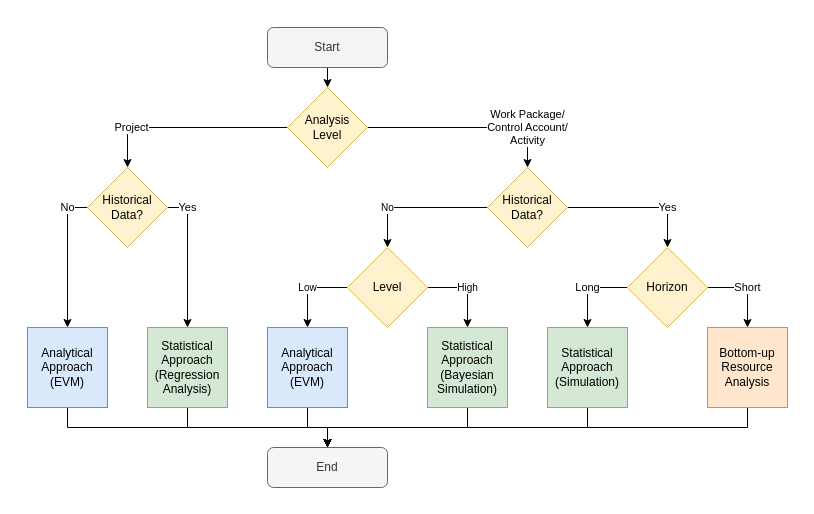
PM-League/PM-League.github.io keeps this draw.io diagram as book/images/FigEAC-1.drawio. Above is the earlier version. Source tidied: cells renumbered, new cells numbered last; positions are measured from the earlier drawing's top-left corner, leaving out a move shared by most shapes. Both pictures are drawn from the tidied source at 100%, with x=0, y=0 at pixel (17, 17).
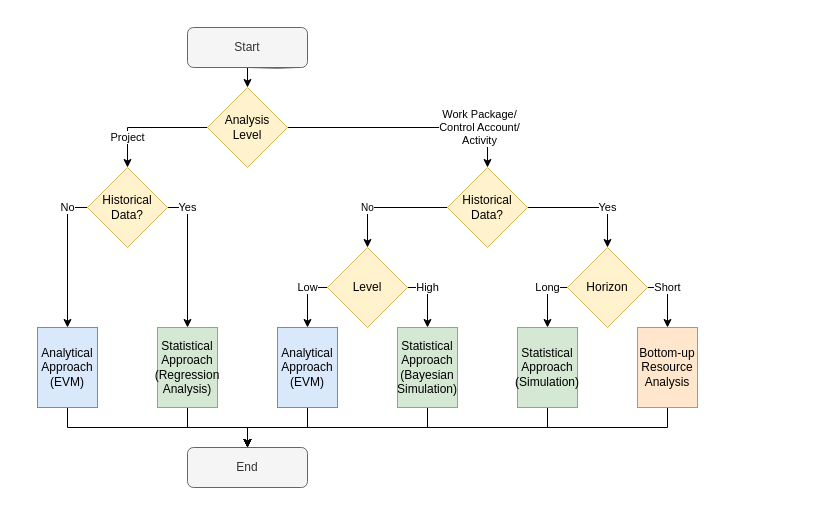
The same page after the edit.

The change refers to these unchanged cells:
```xml
<mxCell id="22" value="Historical Data?" style="rhombus;whiteSpace=wrap;html=1;fillColor=#fff2cc;strokeColor=#d6b656;fontStyle=0;" parent="1" vertex="1">
  <mxGeometry x="70" y="150" width="80" height="80" as="geometry" />
</mxCell>
```

What changed in the source:
```diff
@@
     <mxCell id="2" style="rounded=0;whiteSpace=wrap;html=1;fontSize=10;strokeColor=none;" parent="1" vertex="1">
-      <mxGeometry width="780" height="480" as="geometry" />
+      <mxGeometry x="10" width="680" height="480" as="geometry" />
     </mxCell>
-    <mxCell id="3" style="edgeStyle=orthogonalEdgeStyle;rounded=0;jettySize=auto;html=1;exitX=0.5;exitY=1;exitDx=0;exitDy=0;entryX=0.5;entryY=0;entryDx=0;entryDy=0;" parent="1" edge="1" source="4" target="7">
-      <mxGeometry relative="1" as="geometry" />
+    <mxCell id="3" style="edgeStyle=orthogonalEdgeStyle;rounded=0;jettySize=auto;html=1;exitX=0.5;exitY=1;exitDx=0;exitDy=0;entryX=0.5;entryY=0;entryDx=0;entryDy=0;" parent="1" edge="1" target="7">
+      <mxGeometry relative="1" as="geometry">
+        <mxPoint x="280" y="50" as="sourcePoint" />
+      </mxGeometry>
     </mxCell>
     <mxCell id="4" value="Start" style="rounded=1;whiteSpace=wrap;html=1;fillColor=#f5f5f5;fontColor=#333333;strokeColor=#666666;" parent="1" vertex="1">
-      <mxGeometry x="250" y="10" width="120" height="40" as="geometry" />
+      <mxGeometry x="170" y="10" width="120" height="40" as="geometry" />
     </mxCell>
@@
     <mxCell id="6" value="Project" style="edgeStyle=orthogonalEdgeStyle;rounded=0;jettySize=auto;html=1;exitX=0;exitY=0.5;exitDx=0;exitDy=0;entryX=0.5;entryY=0;entryDx=0;entryDy=0;" parent="1" edge="1" source="7" target="22">
-      <mxGeometry x="0.56" relative="1" as="geometry">
+      <mxGeometry x="0.5" relative="1" as="geometry">
         <Array as="points">
           <mxPoint x="110" y="110" />
         </Array>
       </mxGeometry>
     </mxCell>
     <mxCell id="7" value="Analysis &lt;br&gt;Level" style="rhombus;whiteSpace=wrap;html=1;fillColor=#fff2cc;strokeColor=#d6b656;" parent="1" vertex="1">
-      <mxGeometry x="270" y="70" width="80" height="80" as="geometry" />
+      <mxGeometry x="190" y="70" width="80" height="80" as="geometry" />
     </mxCell>
     <mxCell id="8" value="Yes" style="edgeStyle=orthogonalEdgeStyle;rounded=0;jettySize=auto;html=1;exitX=1;exitY=0.5;exitDx=0;exitDy=0;entryX=0.5;entryY=0;entryDx=0;entryDy=0;" parent="1" edge="1" source="10" target="15">
-      <mxGeometry x="0.43" relative="1" as="geometry" />
+      <mxGeometry x="0.33" relative="1" as="geometry" />
     </mxCell>
     <mxCell id="9" value="No" style="edgeStyle=orthogonalEdgeStyle;rounded=0;jettySize=auto;html=1;exitX=0;exitY=0.5;exitDx=0;exitDy=0;entryX=0.5;entryY=0;entryDx=0;entryDy=0;fontSize=10;" parent="1" edge="1" source="10" target="32">
-      <mxGeometry x="0.43" relative="1" as="geometry" />
+      <mxGeometry x="0.33" relative="1" as="geometry" />
     </mxCell>
     <mxCell id="10" value="Historical Data?" style="rhombus;whiteSpace=wrap;html=1;fillColor=#fff2cc;strokeColor=#d6b656;" parent="1" vertex="1">
-      <mxGeometry x="470" y="150" width="80" height="80" as="geometry" />
+      <mxGeometry x="430" y="150" width="80" height="80" as="geometry" />
     </mxCell>
-    <mxCell id="11" style="edgeStyle=orthogonalEdgeStyle;rounded=0;jettySize=auto;html=1;exitX=0.5;exitY=1;exitDx=0;exitDy=0;entryX=0.5;entryY=0;entryDx=0;entryDy=0;fontSize=10;" parent="1" edge="1" source="12" target="27">
+    <mxCell id="11" style="edgeStyle=orthogonalEdgeStyle;rounded=0;jettySize=auto;html=1;exitX=0.5;exitY=1;exitDx=0;exitDy=0;entryX=0.5;entryY=0;entryDx=0;entryDy=0;fontSize=11;" parent="1" edge="1" source="12" target="27">
       <mxGeometry relative="1" as="geometry" />
     </mxCell>
     <mxCell id="12" value="Statistical Approach (Simulation)" style="rounded=0;whiteSpace=wrap;html=1;fillColor=#d5e8d4;strokeColor=#82b366;" parent="1" vertex="1">
-      <mxGeometry x="530" y="310" width="80" height="80" as="geometry" />
+      <mxGeometry x="500" y="310" width="60" height="80" as="geometry" />
     </mxCell>
     <mxCell id="13" value="Long" style="edgeStyle=orthogonalEdgeStyle;rounded=0;jettySize=auto;html=1;exitX=0;exitY=0.5;exitDx=0;exitDy=0;entryX=0.5;entryY=0;entryDx=0;entryDy=0;" parent="1" edge="1" source="15" target="12">
-      <mxGeometry relative="1" as="geometry" />
+      <mxGeometry x="-0.33" relative="1" as="geometry" />
     </mxCell>
     <mxCell id="14" value="Short" style="edgeStyle=orthogonalEdgeStyle;rounded=0;jettySize=auto;html=1;exitX=1;exitY=0.5;exitDx=0;exitDy=0;entryX=0.5;entryY=0;entryDx=0;entryDy=0;" parent="1" edge="1" source="15" target="17">
-      <mxGeometry relative="1" as="geometry" />
+      <mxGeometry x="-0.33" relative="1" as="geometry" />
     </mxCell>
     <mxCell id="15" value="Horizon" style="rhombus;whiteSpace=wrap;html=1;fillColor=#fff2cc;strokeColor=#d6b656;" parent="1" vertex="1">
-      <mxGeometry x="610" y="230" width="80" height="80" as="geometry" />
+      <mxGeometry x="550" y="230" width="80" height="80" as="geometry" />
     </mxCell>
-    <mxCell id="16" style="edgeStyle=orthogonalEdgeStyle;rounded=0;jettySize=auto;html=1;exitX=0.5;exitY=1;exitDx=0;exitDy=0;entryX=0.5;entryY=0;entryDx=0;entryDy=0;fontSize=10;" parent="1" edge="1" source="17" target="27">
+    <mxCell id="16" style="edgeStyle=orthogonalEdgeStyle;rounded=0;jettySize=auto;html=1;exitX=0.5;exitY=1;exitDx=0;exitDy=0;entryX=0.5;entryY=0;entryDx=0;entryDy=0;fontSize=11;" parent="1" edge="1" source="17" target="27">
       <mxGeometry relative="1" as="geometry" />
     </mxCell>
     <mxCell id="17" value="Bottom-up Resource Analysis" style="rounded=0;whiteSpace=wrap;html=1;fillColor=#ffe6cc;strokeColor=#d79b00;" parent="1" vertex="1">
-      <mxGeometry x="690" y="310" width="80" height="80" as="geometry" />
+      <mxGeometry x="620" y="310" width="60" height="80" as="geometry" />
     </mxCell>
-    <mxCell id="18" style="edgeStyle=orthogonalEdgeStyle;rounded=0;jettySize=auto;html=1;exitX=0.5;exitY=1;exitDx=0;exitDy=0;fontSize=10;entryX=0.5;entryY=0;entryDx=0;entryDy=0;" parent="1" edge="1" source="19" target="27">
+    <mxCell id="18" style="edgeStyle=orthogonalEdgeStyle;rounded=0;jettySize=auto;html=1;exitX=0.5;exitY=1;exitDx=0;exitDy=0;entryX=0.5;entryY=0;entryDx=0;entryDy=0;fontSize=11;" parent="1" edge="1" source="19" target="27">
       <mxGeometry relative="1" as="geometry" />
     </mxCell>
     <mxCell id="19" value="Statistical Approach (Bayesian Simulation)" style="rounded=0;whiteSpace=wrap;html=1;fillColor=#d5e8d4;strokeColor=#82b366;" parent="1" vertex="1">
-      <mxGeometry x="410" y="310" width="80" height="80" as="geometry" />
+      <mxGeometry x="380" y="310" width="60" height="80" as="geometry" />
     </mxCell>
@@
-    <mxCell id="23" style="edgeStyle=orthogonalEdgeStyle;rounded=0;jettySize=auto;html=1;exitX=0.5;exitY=1;exitDx=0;exitDy=0;entryX=0.5;entryY=0;entryDx=0;entryDy=0;fontSize=10;" parent="1" edge="1" source="24" target="27">
+    <mxCell id="23" style="edgeStyle=orthogonalEdgeStyle;rounded=0;jettySize=auto;html=1;exitX=0.5;exitY=1;exitDx=0;exitDy=0;entryX=0.5;entryY=0;entryDx=0;entryDy=0;fontSize=11;" parent="1" edge="1" source="24" target="27">
       <mxGeometry relative="1" as="geometry" />
     </mxCell>
     <mxCell id="24" value="Statistical Approach (Regression Analysis)" style="rounded=0;whiteSpace=wrap;html=1;fillColor=#d5e8d4;strokeColor=#82b366;" parent="1" vertex="1">
-      <mxGeometry x="130" y="310" width="80" height="80" as="geometry" />
+      <mxGeometry x="140" y="310" width="60" height="80" as="geometry" />
     </mxCell>
-    <mxCell id="25" style="edgeStyle=orthogonalEdgeStyle;rounded=0;jettySize=auto;html=1;exitX=0.5;exitY=1;exitDx=0;exitDy=0;entryX=0.5;entryY=0;entryDx=0;entryDy=0;fontSize=10;" parent="1" edge="1" source="26" target="27">
+    <mxCell id="25" style="edgeStyle=orthogonalEdgeStyle;rounded=0;jettySize=auto;html=1;exitX=0.5;exitY=1;exitDx=0;exitDy=0;entryX=0.5;entryY=0;entryDx=0;entryDy=0;fontSize=11;" parent="1" edge="1" source="26" target="27">
       <mxGeometry relative="1" as="geometry" />
     </mxCell>
     <mxCell id="26" value="Analytical Approach (EVM)" style="rounded=0;whiteSpace=wrap;html=1;fillColor=#dae8fc;strokeColor=#6c8ebf;" parent="1" vertex="1">
-      <mxGeometry x="10" y="310" width="80" height="80" as="geometry" />
+      <mxGeometry x="20" y="310" width="60" height="80" as="geometry" />
     </mxCell>
     <mxCell id="27" value="End" style="rounded=1;whiteSpace=wrap;html=1;fillColor=#f5f5f5;fontColor=#333333;strokeColor=#666666;" parent="1" vertex="1">
-      <mxGeometry x="250" y="430" width="120" height="40" as="geometry" />
+      <mxGeometry x="170" y="430" width="120" height="40" as="geometry" />
     </mxCell>
-    <mxCell id="28" style="edgeStyle=orthogonalEdgeStyle;rounded=0;jettySize=auto;html=1;exitX=0.5;exitY=1;exitDx=0;exitDy=0;entryX=0.5;entryY=0;entryDx=0;entryDy=0;fontSize=10;" parent="1" edge="1" source="29" target="27">
+    <mxCell id="28" style="edgeStyle=orthogonalEdgeStyle;rounded=0;jettySize=auto;html=1;exitX=0.5;exitY=1;exitDx=0;exitDy=0;entryX=0.5;entryY=0;entryDx=0;entryDy=0;fontSize=11;" parent="1" edge="1" source="29" target="27">
       <mxGeometry relative="1" as="geometry" />
     </mxCell>
     <mxCell id="29" value="Analytical Approach (EVM)" style="rounded=0;whiteSpace=wrap;html=1;fillColor=#dae8fc;strokeColor=#6c8ebf;" parent="1" vertex="1">
-      <mxGeometry x="250" y="310" width="80" height="80" as="geometry" />
+      <mxGeometry x="260" y="310" width="60" height="80" as="geometry" />
     </mxCell>
-    <mxCell id="30" value="Low" style="edgeStyle=orthogonalEdgeStyle;rounded=0;jettySize=auto;html=1;exitX=0;exitY=0.5;exitDx=0;exitDy=0;entryX=0.5;entryY=0;entryDx=0;entryDy=0;fontSize=10;" parent="1" edge="1" source="32" target="29">
-      <mxGeometry relative="1" as="geometry" />
+    <mxCell id="30" value="&lt;font style=&quot;font-size: 11px;&quot;&gt;Low&lt;/font&gt;" style="edgeStyle=orthogonalEdgeStyle;rounded=0;jettySize=auto;html=1;exitX=0;exitY=0.5;exitDx=0;exitDy=0;entryX=0.5;entryY=0;entryDx=0;entryDy=0;fontSize=10;" parent="1" edge="1" source="32" target="29">
+      <mxGeometry x="-0.33" relative="1" as="geometry">
+        <Array as="points">
+          <mxPoint x="290" y="270" />
+        </Array>
+      </mxGeometry>
     </mxCell>
-    <mxCell id="31" value="High" style="edgeStyle=orthogonalEdgeStyle;rounded=0;jettySize=auto;html=1;exitX=1;exitY=0.5;exitDx=0;exitDy=0;entryX=0.5;entryY=0;entryDx=0;entryDy=0;fontSize=10;" parent="1" edge="1" source="32" target="19">
-      <mxGeometry relative="1" as="geometry" />
+    <mxCell id="31" value="&lt;font style=&quot;font-size: 11px;&quot;&gt;High&lt;/font&gt;" style="edgeStyle=orthogonalEdgeStyle;rounded=0;jettySize=auto;html=1;exitX=1;exitY=0.5;exitDx=0;exitDy=0;entryX=0.5;entryY=0;entryDx=0;entryDy=0;fontSize=10;" parent="1" edge="1" source="32" target="19">
+      <mxGeometry x="-0.33" relative="1" as="geometry" />
     </mxCell>
     <mxCell id="32" value="Level" style="rhombus;whiteSpace=wrap;html=1;fillColor=#fff2cc;strokeColor=#d6b656;" parent="1" vertex="1">
-      <mxGeometry x="330" y="230" width="80" height="80" as="geometry" />
+      <mxGeometry x="310" y="230" width="80" height="80" as="geometry" />
     </mxCell>
```
